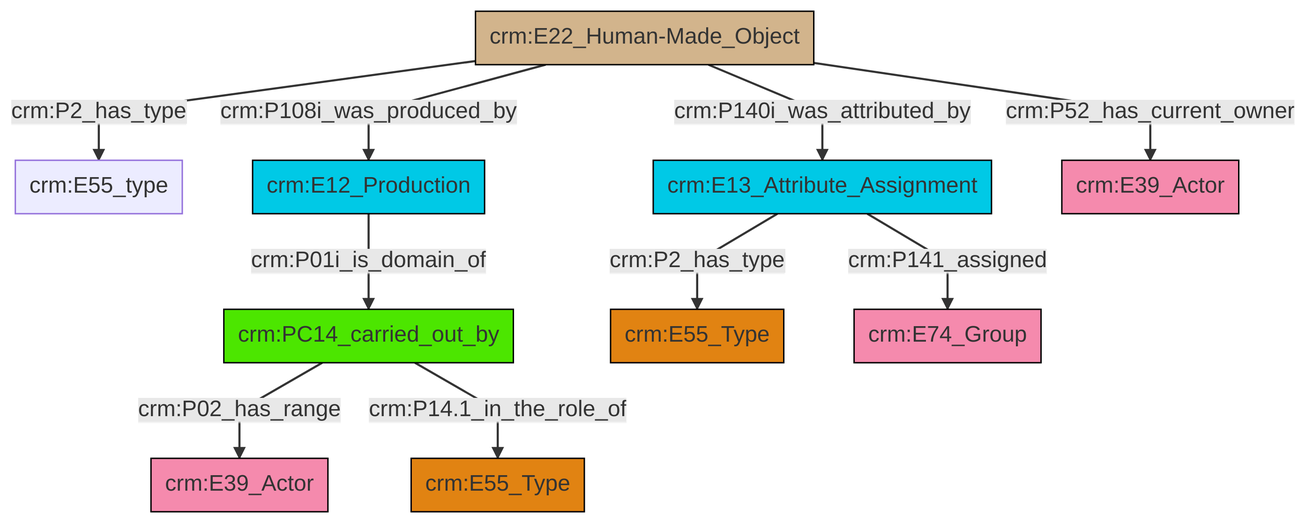
Before: et/builtWorkCSV/ttl/mmd/png/Built_Work_actor_relations.png, a diagram exported from Mermaid (swiss-art-research-net/reference-data-models). Its source is kept beside it as et/builtWorkCSV/ttl/mmd/Built_Work_actor_relations.ttl.mmd.
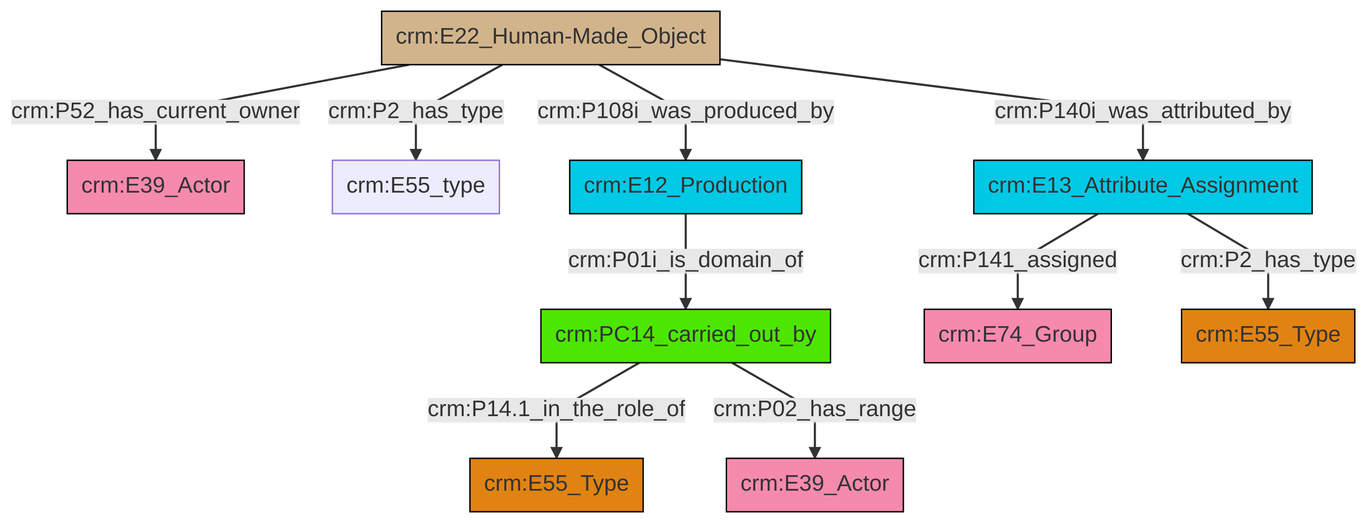
Above is the later version.

Diff of the diagram source:
```diff
@@ -13,12 +13,12 @@
 classDef PC_Classes fill:#4ce600, stroke:#000000;
 classDef Multi fill:#cccccc,stroke:#000000;
 
-0["crm:E22_Human-Made_Object"]:::Physical_Thing -->|crm:P2_has_type| 1["crm:E55_type"]:::Default
-9["crm:PC14_carried_out_by"]:::PC_Classes -->|crm:P02_has_range| 11["crm:E39_Actor"]:::Actor
-7["crm:E12_Production"]:::Temporal_Entity -->|crm:P01i_is_domain_of| 9["crm:PC14_carried_out_by"]:::PC_Classes
-14["crm:E13_Attribute_Assignment"]:::Temporal_Entity -->|crm:P2_has_type| 2["crm:E55_Type"]:::Type
-0["crm:E22_Human-Made_Object"]:::Physical_Thing -->|crm:P108i_was_produced_by| 7["crm:E12_Production"]:::Temporal_Entity
-0["crm:E22_Human-Made_Object"]:::Physical_Thing -->|crm:P140i_was_attributed_by| 14["crm:E13_Attribute_Assignment"]:::Temporal_Entity
-14["crm:E13_Attribute_Assignment"]:::Temporal_Entity -->|crm:P141_assigned| 15["crm:E74_Group"]:::Actor
-0["crm:E22_Human-Made_Object"]:::Physical_Thing -->|crm:P52_has_current_owner| 5["crm:E39_Actor"]:::Actor
-9["crm:PC14_carried_out_by"]:::PC_Classes -->|crm:P14.1_in_the_role_of| 12["crm:E55_Type"]:::Type
+6["crm:E22_Human-Made_Object"]:::Physical_Thing -->|crm:P2_has_type| 7["crm:E55_type"]:::Default
+8["crm:PC14_carried_out_by"]:::PC_Classes -->|crm:P14.1_in_the_role_of| 0["crm:E55_Type"]:::Type
+6["crm:E22_Human-Made_Object"]:::Physical_Thing -->|crm:P140i_was_attributed_by| 11["crm:E13_Attribute_Assignment"]:::Temporal_Entity
+6["crm:E22_Human-Made_Object"]:::Physical_Thing -->|crm:P108i_was_produced_by| 13["crm:E12_Production"]:::Temporal_Entity
+11["crm:E13_Attribute_Assignment"]:::Temporal_Entity -->|crm:P2_has_type| 16["crm:E55_Type"]:::Type
+11["crm:E13_Attribute_Assignment"]:::Temporal_Entity -->|crm:P141_assigned| 9["crm:E74_Group"]:::Actor
+13["crm:E12_Production"]:::Temporal_Entity -->|crm:P01i_is_domain_of| 8["crm:PC14_carried_out_by"]:::PC_Classes
+6["crm:E22_Human-Made_Object"]:::Physical_Thing -->|crm:P52_has_current_owner| 4["crm:E39_Actor"]:::Actor
+8["crm:PC14_carried_out_by"]:::PC_Classes -->|crm:P02_has_range| 2["crm:E39_Actor"]:::Actor
```
